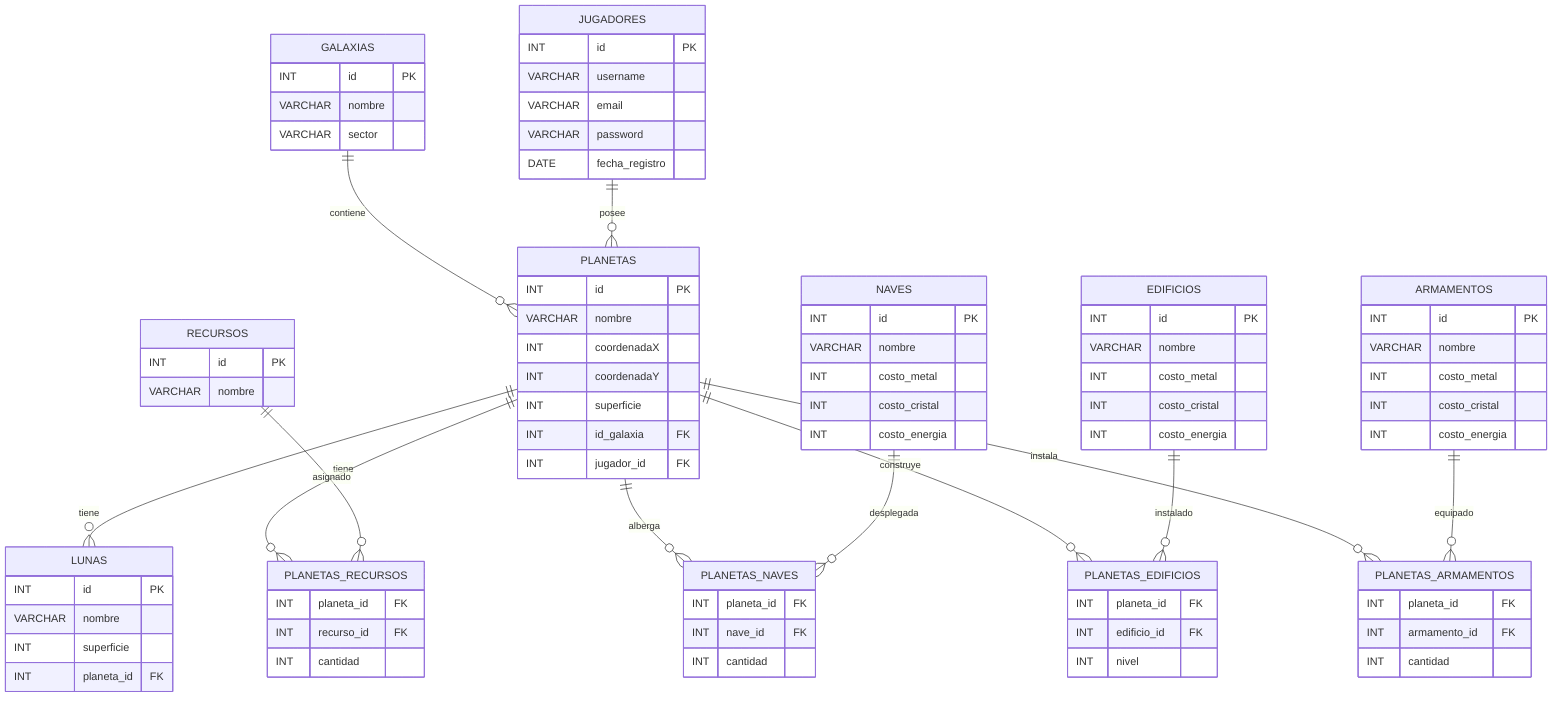
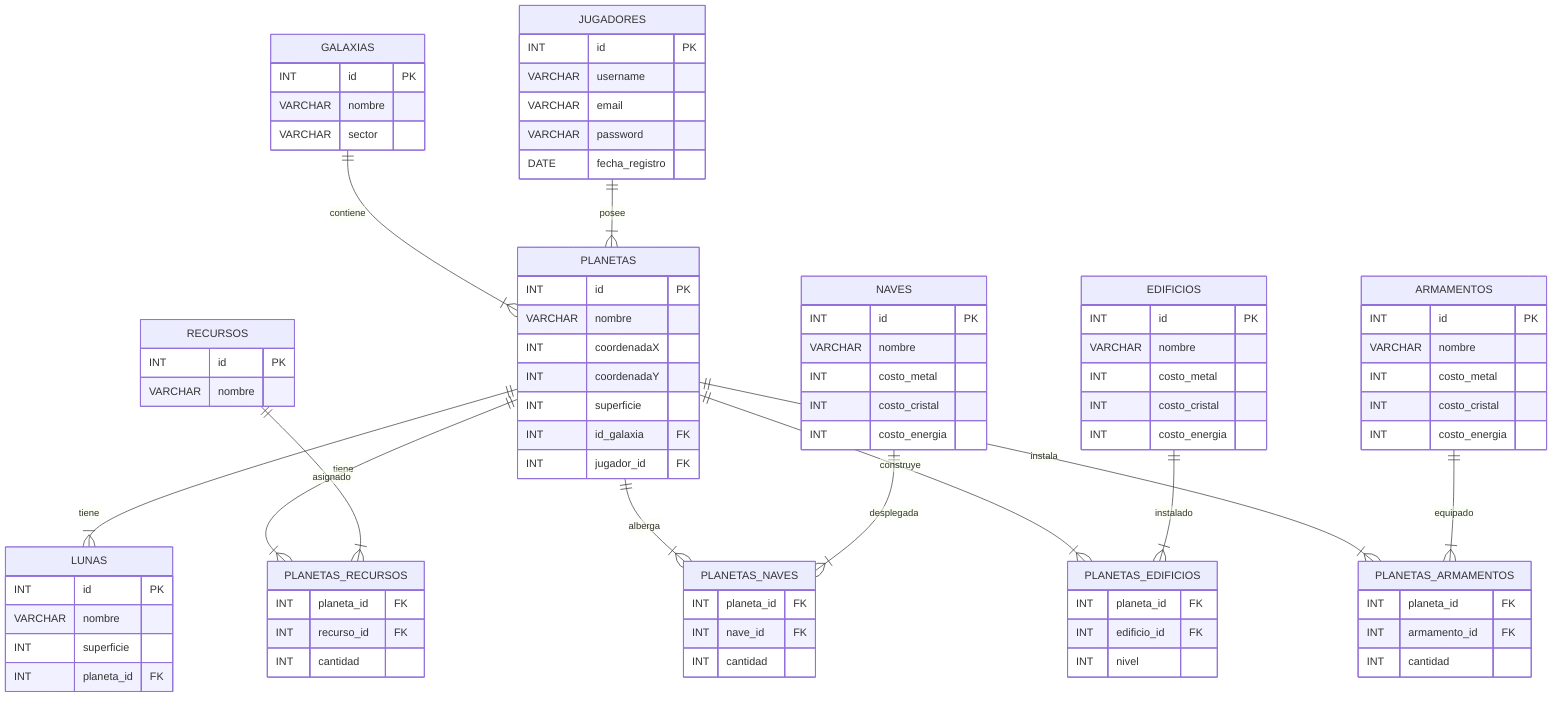
%% Diagrama Entidad-Relación del proyecto "Imperio" (sincronizado con base de datos/imperio.sql)

erDiagram
    JUGADORES {
        INT id PK
        VARCHAR username
        VARCHAR email
        VARCHAR password
        DATE fecha_registro
    }

    GALAXIAS {
        INT id PK
        VARCHAR nombre
        VARCHAR sector
    }

    PLANETAS {
        INT id PK
        VARCHAR nombre
        INT coordenadaX
        INT coordenadaY
        INT superficie
        INT id_galaxia FK
        INT jugador_id FK
    }

    LUNAS {
        INT id PK
        VARCHAR nombre
        INT superficie
        INT planeta_id FK
    }

    RECURSOS {
        INT id PK
        VARCHAR nombre
    }

    NAVES {
        INT id PK
        VARCHAR nombre
        INT costo_metal
        INT costo_cristal
        INT costo_energia
    }

    EDIFICIOS {
        INT id PK
        VARCHAR nombre
        INT costo_metal
        INT costo_cristal
        INT costo_energia
    }

    ARMAMENTOS {
        INT id PK
        VARCHAR nombre
        INT costo_metal
        INT costo_cristal
        INT costo_energia
    }

    PLANETAS_RECURSOS {
        INT planeta_id FK
        INT recurso_id FK
        INT cantidad
    }

    PLANETAS_NAVES {
        INT planeta_id FK
        INT nave_id FK
        INT cantidad
    }

    PLANETAS_EDIFICIOS {
        INT planeta_id FK
        INT edificio_id FK
        INT nivel
    }

    PLANETAS_ARMAMENTOS {
        INT planeta_id FK
        INT armamento_id FK
        INT cantidad
    }

-     GALAXIAS ||--o{ PLANETAS : "contiene"
-     JUGADORES ||--o{ PLANETAS : "posee"
-     PLANETAS ||--o{ LUNAS : "tiene"
+     GALAXIAS ||--|{ PLANETAS : "contiene"
+     JUGADORES ||--|{ PLANETAS : "posee"
+     PLANETAS ||--|{ LUNAS : "tiene"

-     PLANETAS ||--o{ PLANETAS_RECURSOS : "tiene"
-     RECURSOS ||--o{ PLANETAS_RECURSOS : "asignado"
+     PLANETAS ||--|{ PLANETAS_RECURSOS : "tiene"
+     RECURSOS ||--|{ PLANETAS_RECURSOS : "asignado"

-     PLANETAS ||--o{ PLANETAS_NAVES : "alberga"
-     NAVES ||--o{ PLANETAS_NAVES : "desplegada"
+     PLANETAS ||--|{ PLANETAS_NAVES : "alberga"
+     NAVES ||--|{ PLANETAS_NAVES : "desplegada"

-     PLANETAS ||--o{ PLANETAS_EDIFICIOS : "construye"
-     EDIFICIOS ||--o{ PLANETAS_EDIFICIOS : "instalado"
+     PLANETAS ||--|{ PLANETAS_EDIFICIOS : "construye"
+     EDIFICIOS ||--|{ PLANETAS_EDIFICIOS : "instalado"

-     PLANETAS ||--o{ PLANETAS_ARMAMENTOS : "instala"
-     ARMAMENTOS ||--o{ PLANETAS_ARMAMENTOS : "equipado"
+     PLANETAS ||--|{ PLANETAS_ARMAMENTOS : "instala"
+     ARMAMENTOS ||--|{ PLANETAS_ARMAMENTOS : "equipado"
